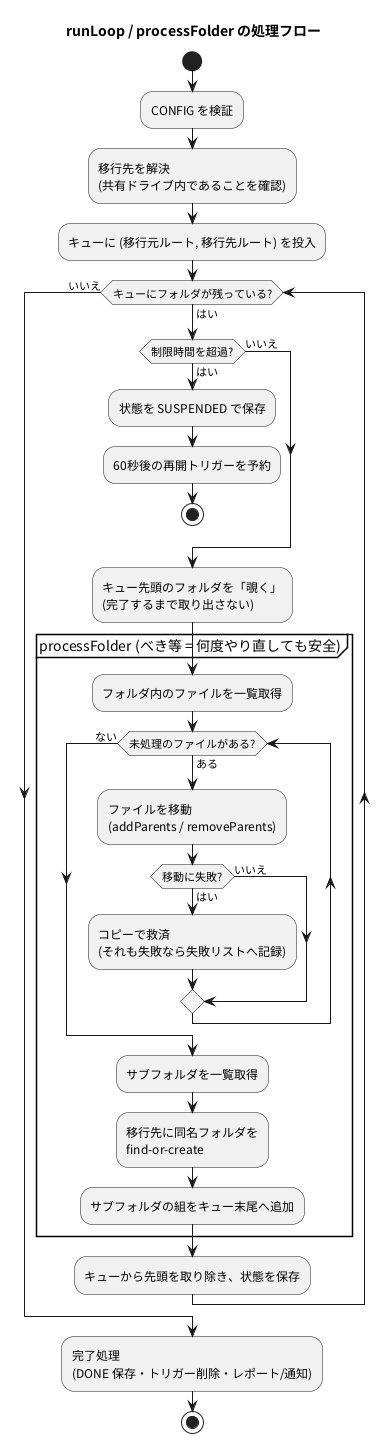
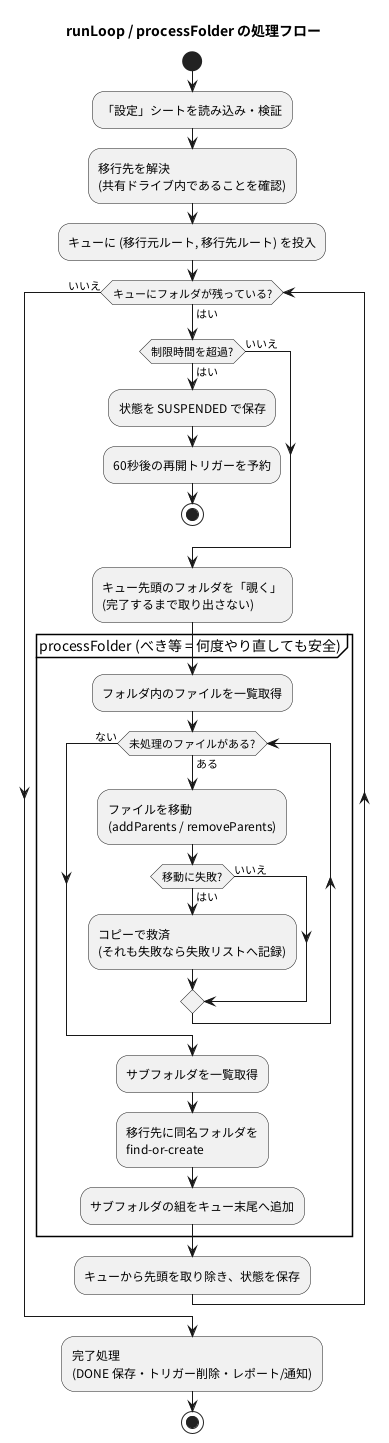
@startuml 05_activity_folder_loop
skinparam defaultFontName "Noto Sans CJK JP"
skinparam shadowing false
title runLoop / processFolder の処理フロー

start
- :CONFIG を検証;
+ :「設定」シートを読み込み・検証;
:移行先を解決\n(共有ドライブ内であることを確認);
:キューに (移行元ルート, 移行先ルート) を投入;

while (キューにフォルダが残っている?) is (はい)
  if (制限時間を超過?) then (はい)
    :状態を SUSPENDED で保存;
    :60秒後の再開トリガーを予約;
    stop
  else (いいえ)
  endif
  :キュー先頭のフォルダを「覗く」\n(完了するまで取り出さない);
  partition "processFolder (べき等 = 何度やり直しても安全)" {
    :フォルダ内のファイルを一覧取得;
    while (未処理のファイルがある?) is (ある)
      :ファイルを移動\n(addParents / removeParents);
      if (移動に失敗?) then (はい)
        :コピーで救済\n(それも失敗なら失敗リストへ記録);
      else (いいえ)
      endif
    endwhile (ない)
    :サブフォルダを一覧取得;
    :移行先に同名フォルダを\nfind-or-create;
    :サブフォルダの組をキュー末尾へ追加;
  }
  :キューから先頭を取り除き、状態を保存;
endwhile (いいえ)

:完了処理\n(DONE 保存・トリガー削除・レポート/通知);
stop
@enduml
